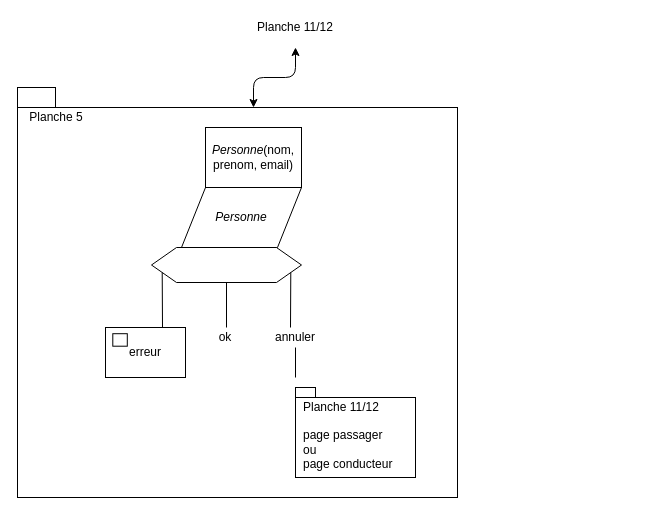
Before: gestion_de_projet/sni/page-edition-profil.drawio in mboultoureau/utaxi, a draw.io diagram. Source tidied: cells renumbered, new cells numbered last; positions are measured from the earlier drawing's top-left corner, leaving out a move shared by most shapes. Both pictures are drawn from the tidied source at 100%, with x=0, y=0 at pixel (17, 17).
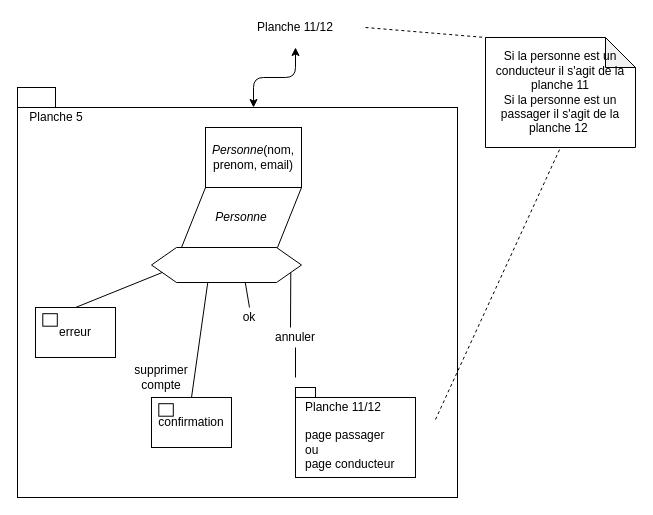
After the change.

The change refers to these unchanged cells:
```xml
<mxCell id="6" style="verticalLabelPosition=bottom;verticalAlign=top;html=1;shape=hexagon;perimeter=hexagonPerimeter2;arcSize=6;size=0.16666656494140664;" parent="5" vertex="1">
  <mxGeometry width="150" height="35" as="geometry" />
</mxCell>
<mxCell id="18" value="erreur" style="rounded=0;whiteSpace=wrap;html=1;" parent="17" vertex="1">
  <mxGeometry width="80" height="50" as="geometry" />
</mxCell>
```

Diff of the diagram source:
```diff
@@
-    <mxCell id="10" style="endArrow=none;html=1;entryX=0.5;entryY=1;entryDx=0;entryDy=0;" parent="1" edge="1" target="6">
-      <mxGeometry relative="1" as="geometry">
-        <mxPoint x="209" y="310" as="sourcePoint" />
-      </mxGeometry>
+    <mxCell id="10" style="endArrow=none;html=1;entryX=0.625;entryY=1;entryDx=0;entryDy=0;exitX=0.5;exitY=0;exitDx=0;exitDy=0;" parent="1" edge="1" source="12" target="6">
+      <mxGeometry relative="1" as="geometry" />
     </mxCell>
-    <mxCell id="11" style="endArrow=none;html=1;entryX=0;entryY=0.75;entryDx=0;entryDy=0;" parent="1" edge="1" target="6">
-      <mxGeometry relative="1" as="geometry">
-        <mxPoint x="145" y="310" as="sourcePoint" />
-      </mxGeometry>
+    <mxCell id="11" style="endArrow=none;html=1;entryX=0;entryY=0.75;entryDx=0;entryDy=0;exitX=0.5;exitY=0;exitDx=0;exitDy=0;" parent="1" edge="1" source="18" target="6">
+      <mxGeometry relative="1" as="geometry" />
     </mxCell>
     <mxCell id="12" value="ok" style="text;html=1;strokeColor=none;fillColor=none;align=center;verticalAlign=middle;whiteSpace=wrap;rounded=0;" parent="1" vertex="1">
-      <mxGeometry x="188" y="310" width="40" height="20" as="geometry" />
+      <mxGeometry x="212" y="290" width="40" height="20" as="geometry" />
     </mxCell>
@@
     <mxCell id="17" style="group;" parent="1" vertex="1">
-      <mxGeometry x="88" y="310" width="80" height="50" as="geometry" />
+      <mxGeometry x="18" y="290" width="80" height="50" as="geometry" />
     </mxCell>
@@
     <mxCell id="20" value="Planche 11/12&lt;br&gt;&lt;br&gt;page passager&amp;nbsp;&lt;br&gt;ou&lt;br&gt;&lt;div style=&quot;text-align: center&quot;&gt;&lt;span&gt;page conducteur&lt;/span&gt;&lt;/div&gt;" style="text;html=1;strokeColor=none;fillColor=none;align=left;verticalAlign=middle;whiteSpace=wrap;rounded=0;" parent="1" vertex="1">
-      <mxGeometry x="284" y="380" width="104" height="75" as="geometry" />
+      <mxGeometry x="286" y="380" width="104" height="75" as="geometry" />
     </mxCell>
@@
+    <mxCell id="23" style="group;" parent="1" vertex="1">
+      <mxGeometry x="134" y="380" width="80" height="50" as="geometry" />
+    </mxCell>
+    <mxCell id="24" value="confirmation" style="rounded=0;whiteSpace=wrap;html=1;" parent="23" vertex="1">
+      <mxGeometry width="80" height="50" as="geometry" />
+    </mxCell>
+    <mxCell id="25" style="rounded=0;whiteSpace=wrap;html=1;" parent="23" vertex="1">
+      <mxGeometry x="7.3" y="6.2" width="14.5" height="12.5" as="geometry" />
+    </mxCell>
+    <mxCell id="26" style="endArrow=none;html=1;exitX=0.375;exitY=1;exitDx=0;exitDy=0;entryX=0.5;entryY=0;entryDx=0;entryDy=0;" parent="1" edge="1" source="6" target="24">
+      <mxGeometry relative="1" as="geometry" />
+    </mxCell>
+    <mxCell id="27" value="supprimer compte" style="text;html=1;strokeColor=none;fillColor=none;align=center;verticalAlign=middle;whiteSpace=wrap;rounded=0;" parent="1" vertex="1">
+      <mxGeometry x="124" y="350" width="40" height="20" as="geometry" />
+    </mxCell>
+    <mxCell id="28" value="Si la personne est un conducteur il s'agit de la planche 11&lt;br&gt;Si la personne est un passager il s'agit de la planche 12&amp;nbsp;" style="shape=note;whiteSpace=wrap;html=1;backgroundOutline=1;darkOpacity=0.05;" parent="1" vertex="1">
+      <mxGeometry x="468" y="20" width="150" height="110" as="geometry" />
+    </mxCell>
+    <mxCell id="29" style="endArrow=none;dashed=1;html=1;entryX=0;entryY=0;entryDx=0;entryDy=0;entryPerimeter=0;" parent="1" edge="1" target="28">
+      <mxGeometry relative="1" as="geometry">
+        <mxPoint x="348" y="10" as="sourcePoint" />
+      </mxGeometry>
+    </mxCell>
+    <mxCell id="30" style="endArrow=none;dashed=1;html=1;entryX=0.5;entryY=1;entryDx=0;entryDy=0;entryPerimeter=0;" parent="1" edge="1" target="28">
+      <mxGeometry relative="1" as="geometry">
+        <mxPoint x="418" y="402" as="sourcePoint" />
+      </mxGeometry>
+    </mxCell>
```
